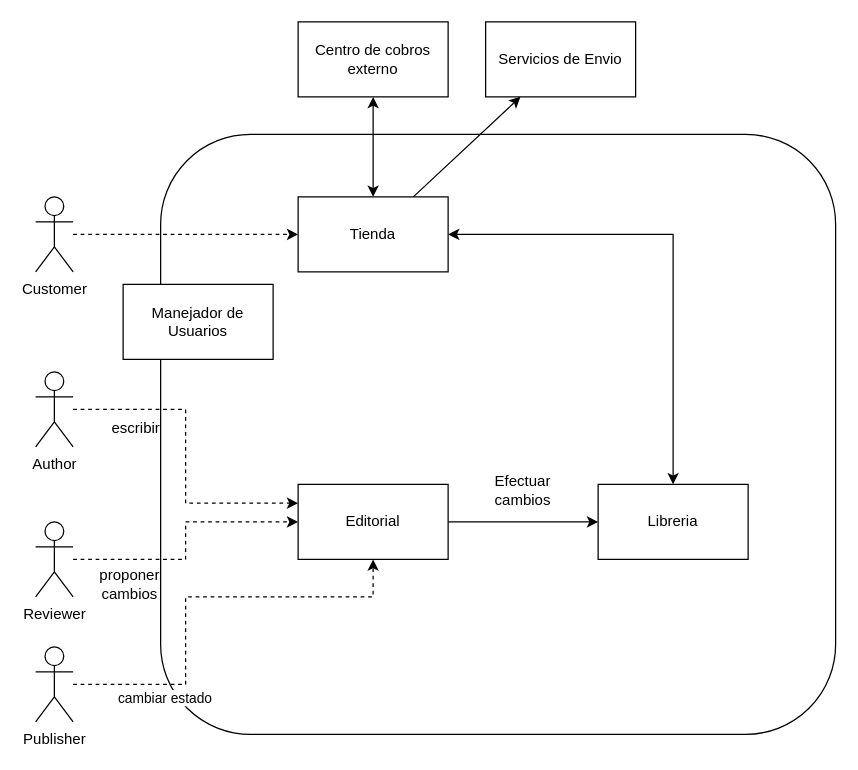
Above: page "Copy of General" (4 of 9) of jhonathan.drawio in segurajhona/arqui-katas (draw.io), before the change. Source tidied: cells renumbered, new cells numbered last; positions are measured from the earlier drawing's top-left corner, leaving out a move shared by most shapes. Both pictures are drawn from the tidied source at 125%, with x=0, y=0 at pixel (35, 21).
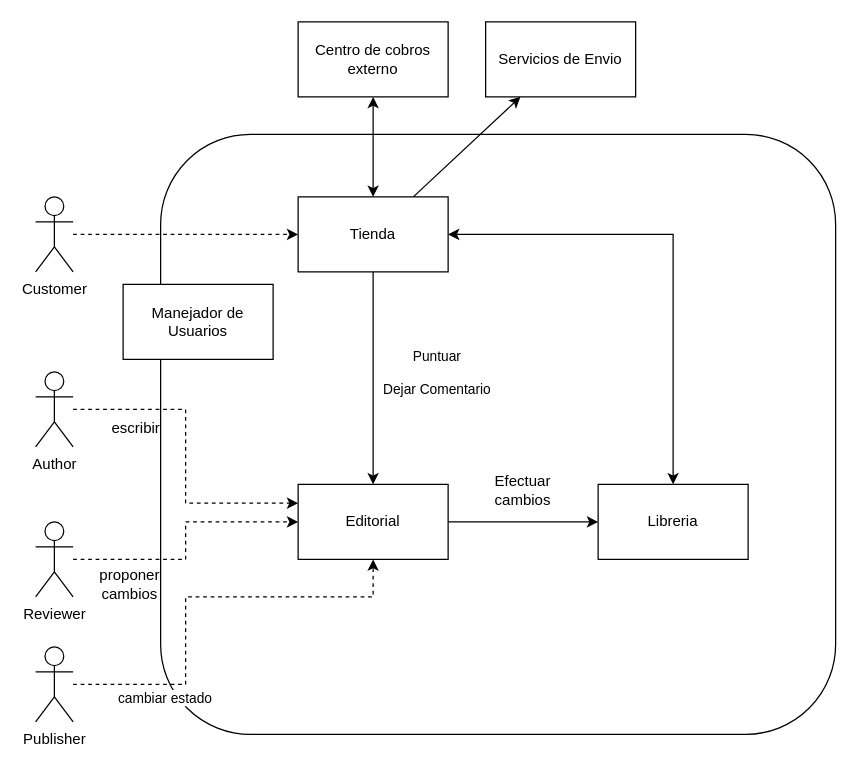
The same diagram, later.

The change refers to these unchanged cells:
```xml
<mxCell id="5" value="Tienda" style="rounded=0;whiteSpace=wrap;html=1;" parent="1" vertex="1">
  <mxGeometry x="210" y="140" width="120" height="60" as="geometry" />
</mxCell>
<mxCell id="8" value="Editorial" style="rounded=0;whiteSpace=wrap;html=1;" parent="1" vertex="1">
  <mxGeometry x="210" y="370" width="120" height="60" as="geometry" />
</mxCell>
```

Change to the diagram source:
```diff
@@
+    <mxCell id="25" style="edgeStyle=none;html=1;" parent="1" edge="1" source="5" target="8">
+      <mxGeometry relative="1" as="geometry" />
+    </mxCell>
+    <mxCell id="26" value="Puntuar&lt;br&gt;&lt;br&gt;Dejar Comentario" style="edgeLabel;html=1;align=center;verticalAlign=middle;" parent="25" vertex="1">
+      <mxGeometry x="-0.39" y="2" relative="1" as="geometry">
+        <mxPoint x="48" y="28" as="offset" />
+      </mxGeometry>
+    </mxCell>
```
